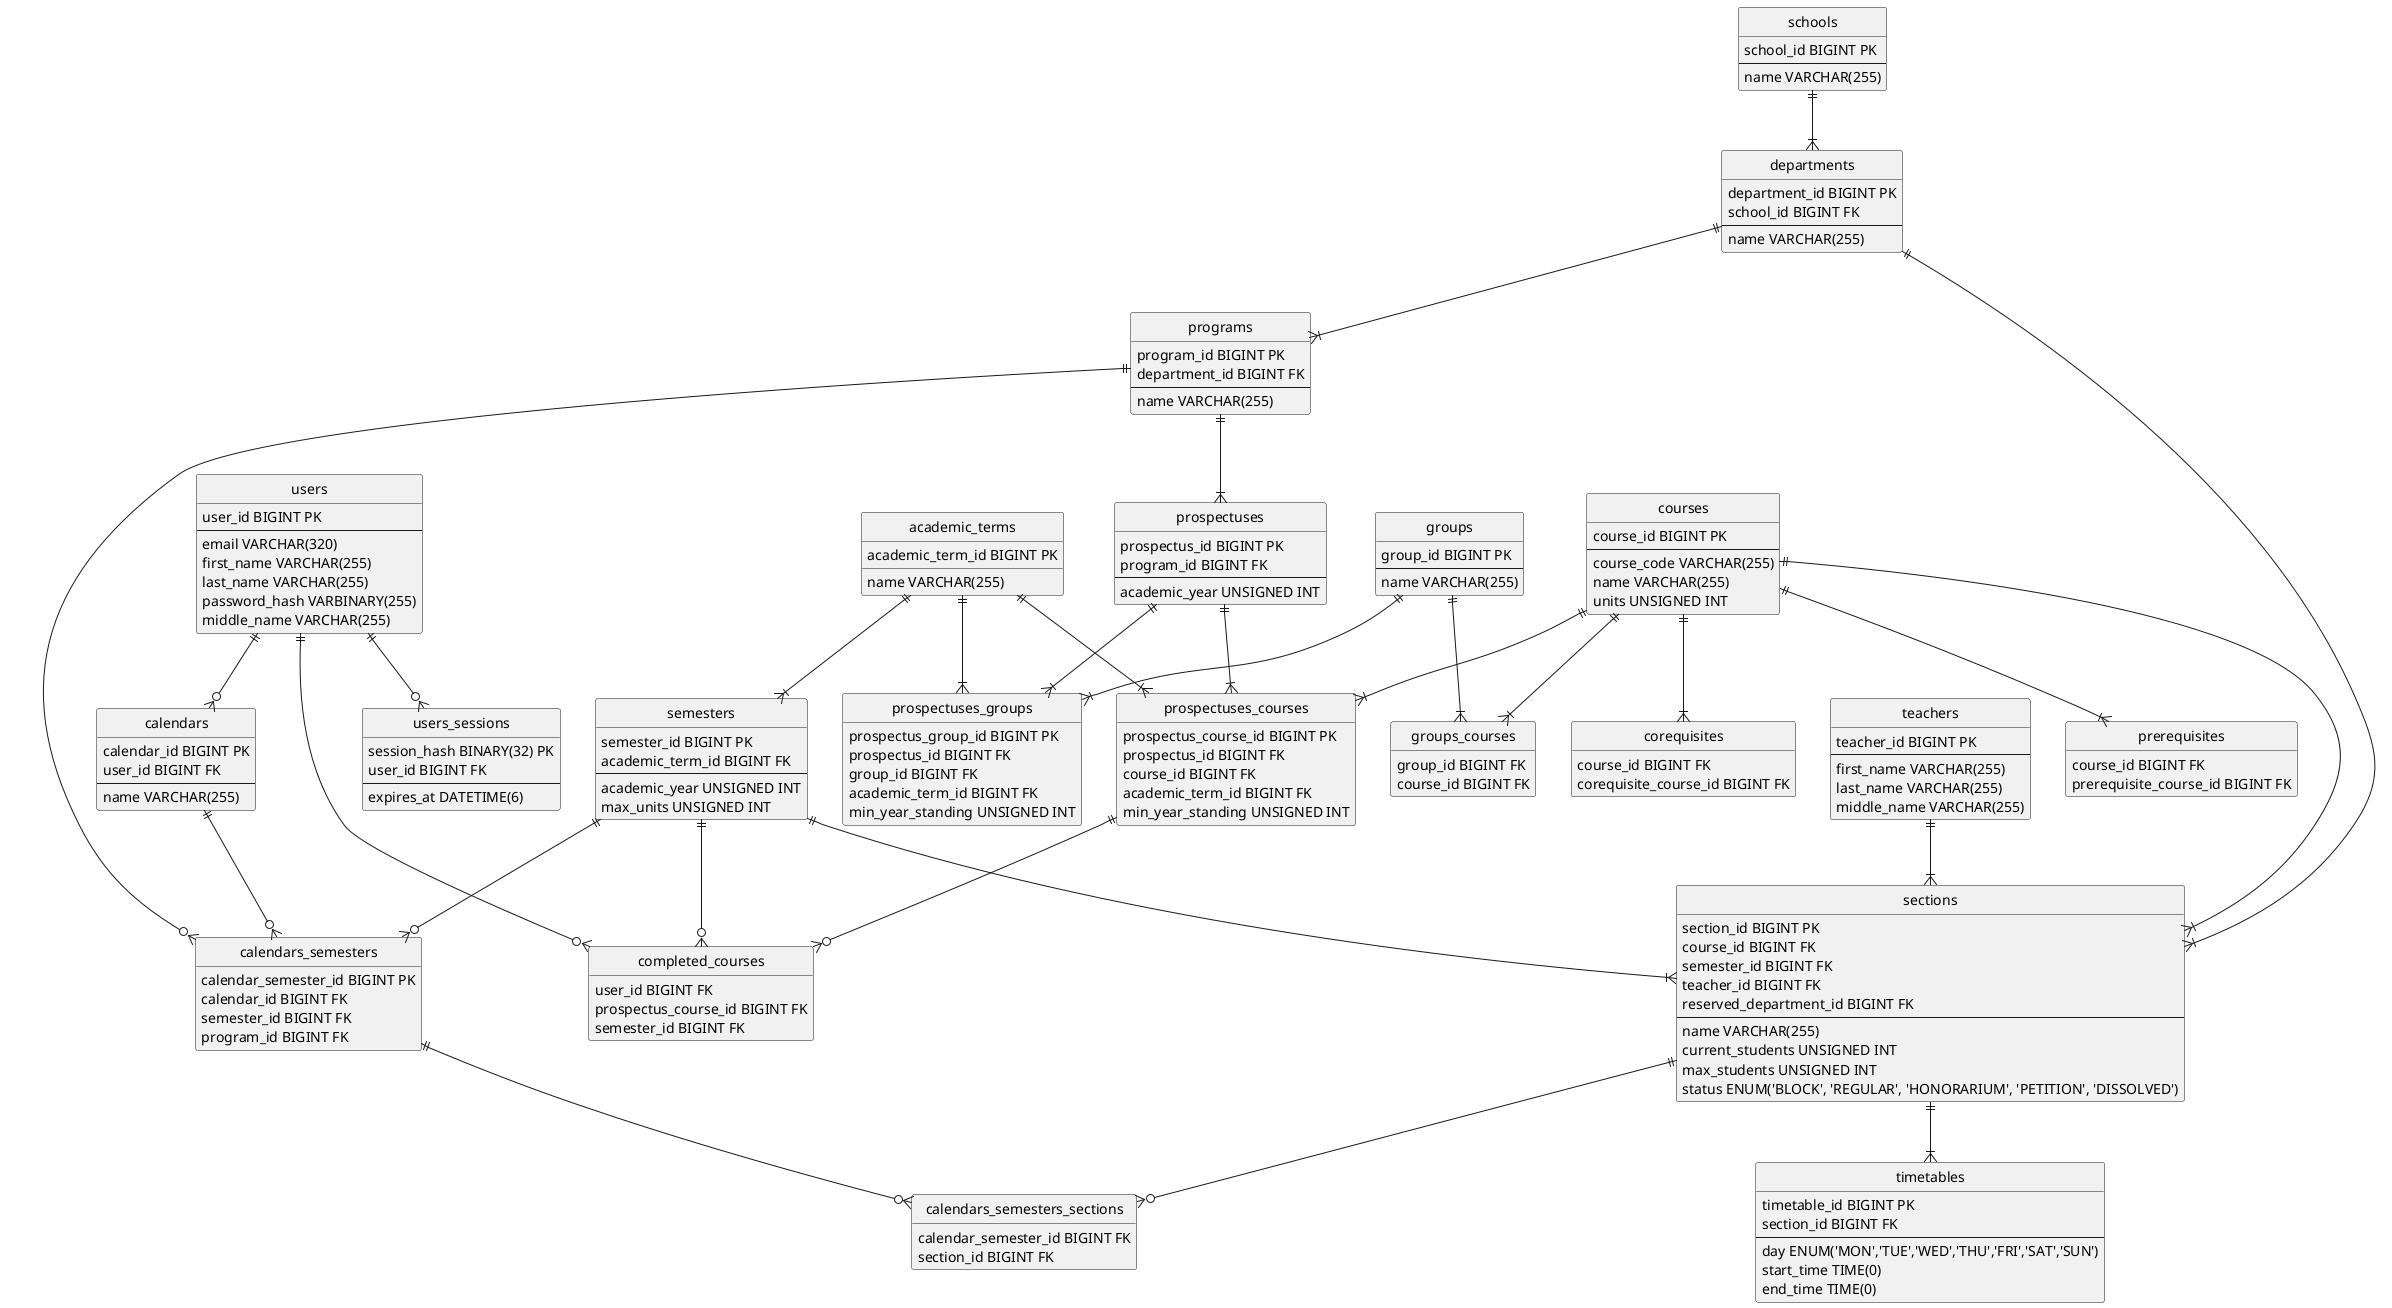
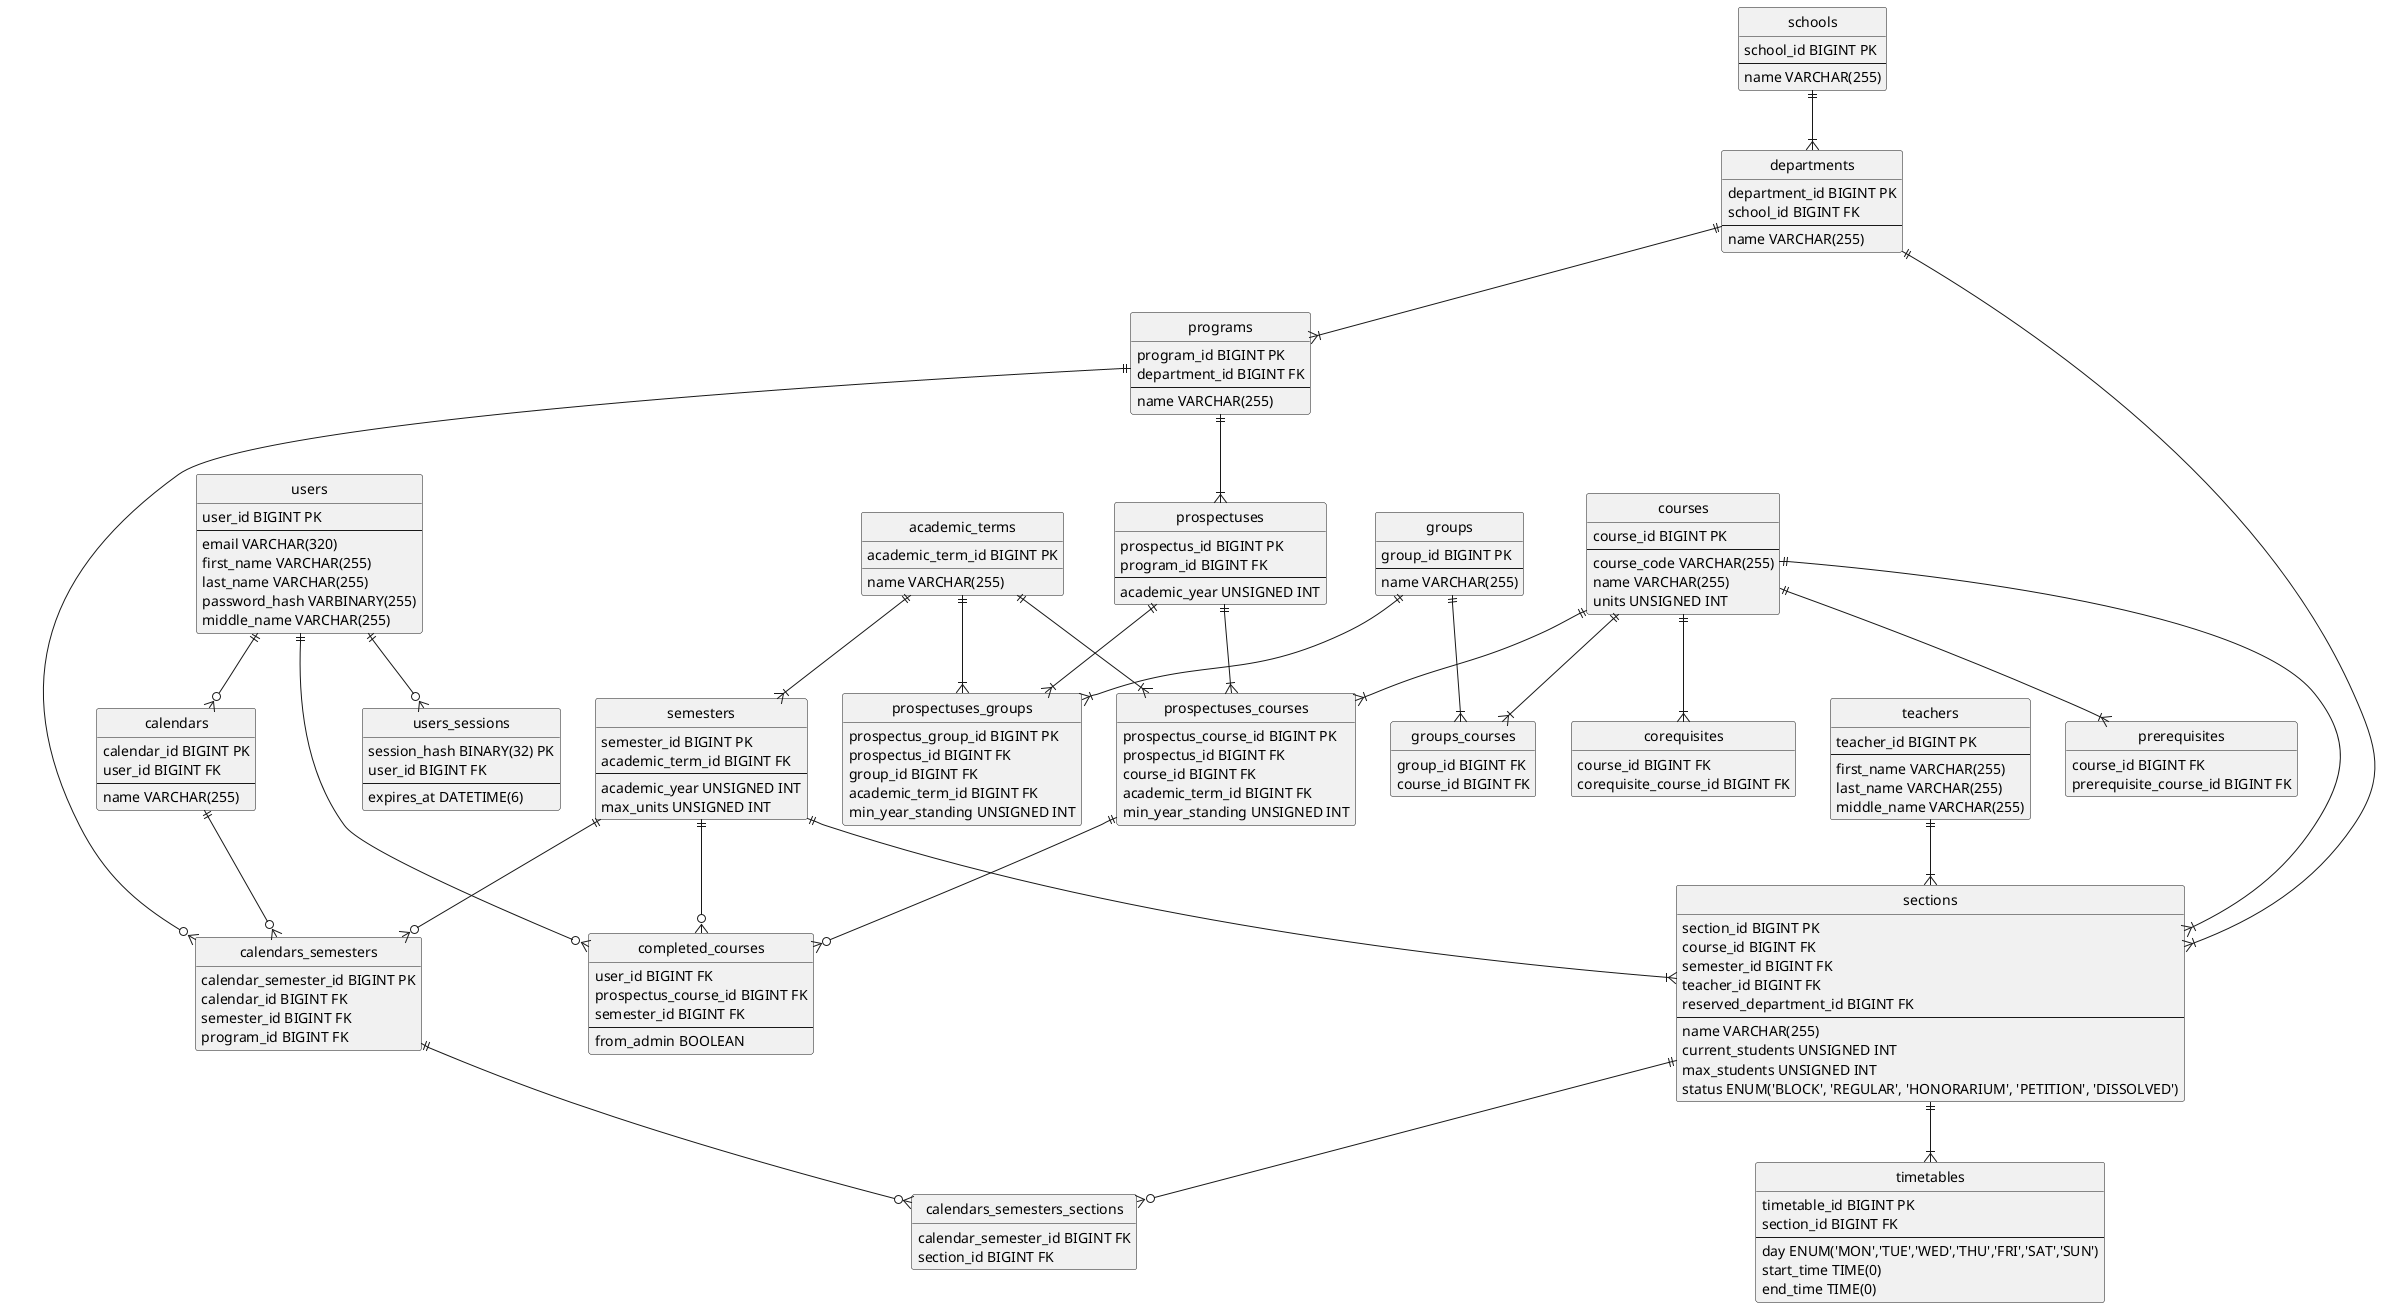
@startuml
hide circle
hide empty members

entity users {
	user_id BIGINT PK
	--
	email VARCHAR(320)
	first_name VARCHAR(255)
	last_name VARCHAR(255)
	password_hash VARBINARY(255)
	middle_name VARCHAR(255)
}

entity users_sessions {
    session_hash BINARY(32) PK
	user_id BIGINT FK
	--
	expires_at DATETIME(6)
}

entity teachers {
    teacher_id BIGINT PK
    --
    first_name VARCHAR(255)
	last_name VARCHAR(255)
	middle_name VARCHAR(255)
}

entity schools {
    school_id BIGINT PK
    --
    name VARCHAR(255)
}

entity departments {
    department_id BIGINT PK
    school_id BIGINT FK
    --
    name VARCHAR(255)
}

entity academic_terms {
    academic_term_id BIGINT PK
    name VARCHAR(255)
}

entity semesters {
	semester_id BIGINT PK
	academic_term_id BIGINT FK
	--
	academic_year UNSIGNED INT
	max_units UNSIGNED INT
}

entity programs {
    program_id BIGINT PK
    department_id BIGINT FK
    --
    name VARCHAR(255)
}

entity courses {
    course_id BIGINT PK
    --
    course_code VARCHAR(255)
    name VARCHAR(255)
	units UNSIGNED INT
}

entity prerequisites {
    course_id BIGINT FK
    prerequisite_course_id BIGINT FK
}

entity corequisites {
    course_id BIGINT FK
    corequisite_course_id BIGINT FK
}

entity prospectuses {
    prospectus_id BIGINT PK
    program_id BIGINT FK
    --
	academic_year UNSIGNED INT
}

entity prospectuses_courses {
    prospectus_course_id BIGINT PK
    prospectus_id BIGINT FK
    course_id BIGINT FK
    academic_term_id BIGINT FK
    min_year_standing UNSIGNED INT
}

entity sections {
    section_id BIGINT PK
    course_id BIGINT FK
    semester_id BIGINT FK
    teacher_id BIGINT FK
    reserved_department_id BIGINT FK
    --
	name VARCHAR(255)
    current_students UNSIGNED INT
    max_students UNSIGNED INT
    status ENUM('BLOCK', 'REGULAR', 'HONORARIUM', 'PETITION', 'DISSOLVED')
}

entity timetables {
    timetable_id BIGINT PK
    section_id BIGINT FK
    --
    day ENUM('MON','TUE','WED','THU','FRI','SAT','SUN')
    start_time TIME(0)
    end_time TIME(0)
}

entity calendars {
	calendar_id BIGINT PK
	user_id BIGINT FK
	--
	name VARCHAR(255)
}

entity calendars_semesters {
    calendar_semester_id BIGINT PK
    calendar_id BIGINT FK
    semester_id BIGINT FK
    program_id BIGINT FK
}

entity calendars_semesters_sections {
    calendar_semester_id BIGINT FK
    section_id BIGINT FK
}

entity completed_courses {
    user_id BIGINT FK
    prospectus_course_id BIGINT FK
    semester_id BIGINT FK
+     --
+     from_admin BOOLEAN
}

entity groups {
    group_id BIGINT PK
    --
    name VARCHAR(255)
}

entity groups_courses {
    group_id BIGINT FK
    course_id BIGINT FK
}

entity prospectuses_groups {
    prospectus_group_id BIGINT PK
    prospectus_id BIGINT FK
    group_id BIGINT FK
    academic_term_id BIGINT FK
    min_year_standing UNSIGNED INT
}

users ||--o{ users_sessions
users ||--o{ calendars
schools ||--|{ departments
departments ||--|{ programs
departments ||--|{ sections
programs ||--|{ prospectuses
prospectuses ||--|{ prospectuses_courses
courses ||--|{ prospectuses_courses
courses ||--|{ sections
courses ||--|{ prerequisites
courses ||--|{ corequisites
semesters ||--|{ sections
academic_terms ||--|{ semesters
academic_terms ||--|{ prospectuses_courses
teachers ||--|{ sections
calendars ||--o{ calendars_semesters
semesters ||--o{ calendars_semesters
programs ||--o{ calendars_semesters
calendars_semesters ||--o{ calendars_semesters_sections
sections ||--o{ calendars_semesters_sections
sections ||--|{ timetables
users ||--o{ completed_courses
prospectuses_courses ||--o{ completed_courses
semesters ||--o{ completed_courses
groups ||--|{ groups_courses
courses ||--|{ groups_courses
prospectuses ||--|{ prospectuses_groups
groups ||--|{ prospectuses_groups
academic_terms ||--|{ prospectuses_groups

@enduml
